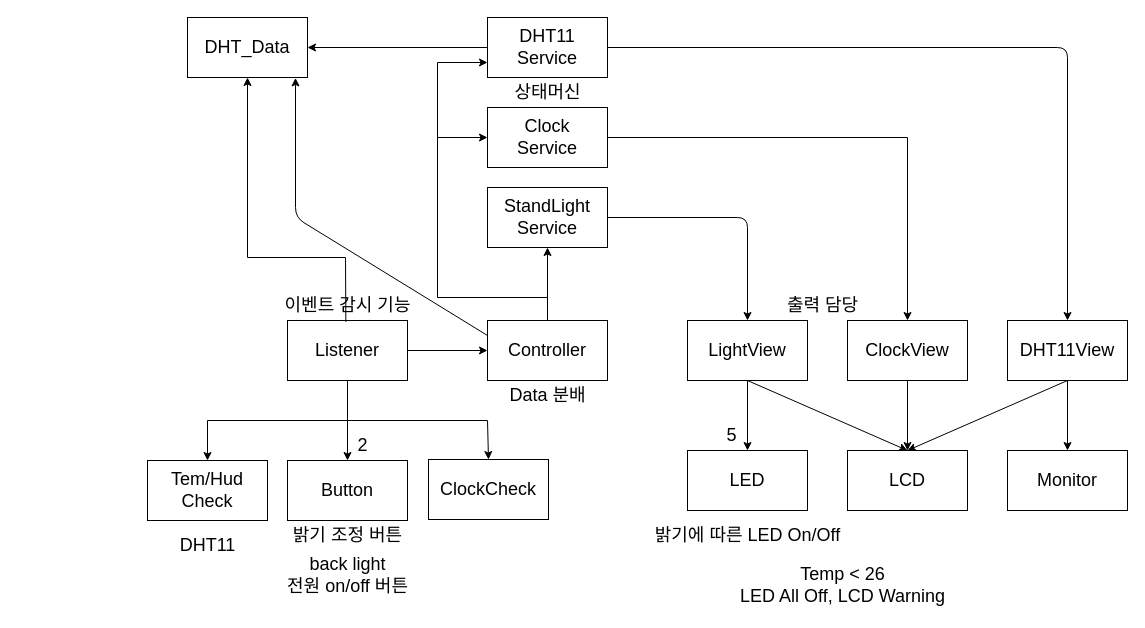
The draw.io diagram page "After_Refactory" (2 of 2) of sw_design/architecture.drawio in Chigook/StandLight_Clock_Temp_Distance, before the edit. Source tidied: cells renumbered, new cells numbered last; positions are measured from the earlier drawing's top-left corner, leaving out a move shared by most shapes. Both pictures are drawn from the tidied source at 100%, with x=0, y=0 at pixel (147, 17).
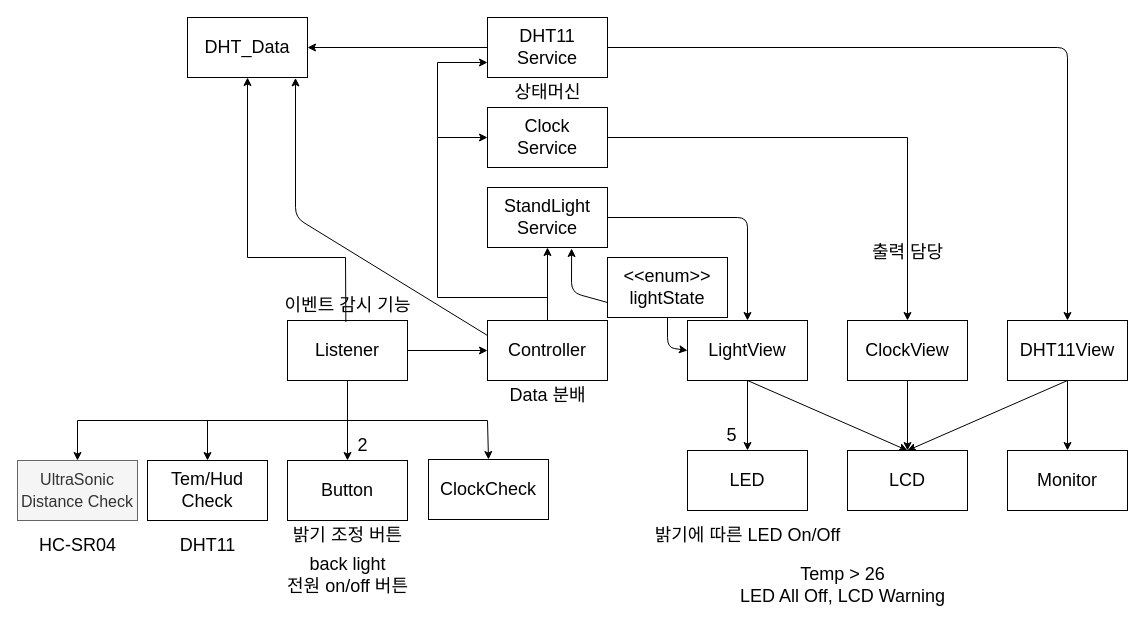
Above is the later version.

Change to the diagram source:
```diff
@@
-    <mxCell id="15" value="출력 담당" style="text;html=1;align=center;verticalAlign=middle;strokeColor=none;fillColor=none;fontSize=18;" parent="1" vertex="1">
-      <mxGeometry x="630" y="273" width="90" height="30" as="geometry" />
-    </mxCell>
@@
-    <mxCell id="45" value="Temp &amp;lt; 26&lt;br&gt;LED All Off, LCD Warning" style="text;html=1;align=center;verticalAlign=middle;strokeColor=none;fillColor=none;fontSize=18;" parent="1" vertex="1">
+    <mxCell id="45" value="Temp &amp;gt; 26&lt;br&gt;LED All Off, LCD Warning" style="text;html=1;align=center;verticalAlign=middle;strokeColor=none;fillColor=none;fontSize=18;" parent="1" vertex="1">
       <mxGeometry x="585" y="543" width="220" height="50" as="geometry" />
     </mxCell>
+    <mxCell id="46" value="HC-SR04" style="text;html=1;align=center;verticalAlign=middle;strokeColor=none;fillColor=none;fontSize=18;" parent="1" vertex="1">
+      <mxGeometry x="-115" y="513" width="90" height="30" as="geometry" />
+    </mxCell>
+    <mxCell id="47" style="endArrow=classic;html=1;entryX=0.5;entryY=0;entryDx=0;entryDy=0;rounded=0;" parent="1" edge="1">
+      <mxGeometry relative="1" as="geometry">
+        <mxPoint x="65" y="403" as="sourcePoint" />
+        <mxPoint x="-70" y="443" as="targetPoint" />
+        <Array as="points">
+          <mxPoint x="-70" y="403" />
+        </Array>
+      </mxGeometry>
+    </mxCell>
+    <mxCell id="48" value="&lt;font style=&quot;font-size: 16px&quot;&gt;UltraSonic&lt;br&gt;Distance Check&lt;/font&gt;" style="whiteSpace=wrap;html=1;fontSize=18;fillColor=#f5f5f5;fontColor=#333333;strokeColor=#666666;" parent="1" vertex="1">
+      <mxGeometry x="-130" y="443" width="120" height="60" as="geometry" />
+    </mxCell>
+    <mxCell id="15" value="출력 담당" style="text;html=1;align=center;verticalAlign=middle;strokeColor=none;fillColor=none;fontSize=18;" parent="1" vertex="1">
+      <mxGeometry x="715" y="220" width="90" height="30" as="geometry" />
+    </mxCell>
+    <mxCell id="49" style="edgeStyle=none;rounded=1;html=1;fontSize=16;exitX=0.5;exitY=1;exitDx=0;exitDy=0;entryX=0;entryY=0.5;entryDx=0;entryDy=0;" parent="1" edge="1" source="50">
+      <mxGeometry relative="1" as="geometry">
+        <mxPoint x="540" y="333" as="targetPoint" />
+        <Array as="points">
+          <mxPoint x="520" y="330" />
+        </Array>
+      </mxGeometry>
+    </mxCell>
+    <mxCell id="50" value="&amp;lt;&amp;lt;enum&amp;gt;&amp;gt;&lt;br&gt;lightState" style="whiteSpace=wrap;html=1;fontSize=18;" parent="1" vertex="1">
+      <mxGeometry x="460" y="240" width="120" height="60" as="geometry" />
+    </mxCell>
+    <mxCell id="51" style="edgeStyle=none;rounded=1;html=1;fontSize=16;exitX=0;exitY=0.75;exitDx=0;exitDy=0;entryX=0.701;entryY=1.016;entryDx=0;entryDy=0;entryPerimeter=0;" parent="1" edge="1" source="50">
+      <mxGeometry relative="1" as="geometry">
+        <mxPoint x="424.1" y="231" as="targetPoint" />
+        <Array as="points">
+          <mxPoint x="424" y="275" />
+        </Array>
+      </mxGeometry>
+    </mxCell>
```
